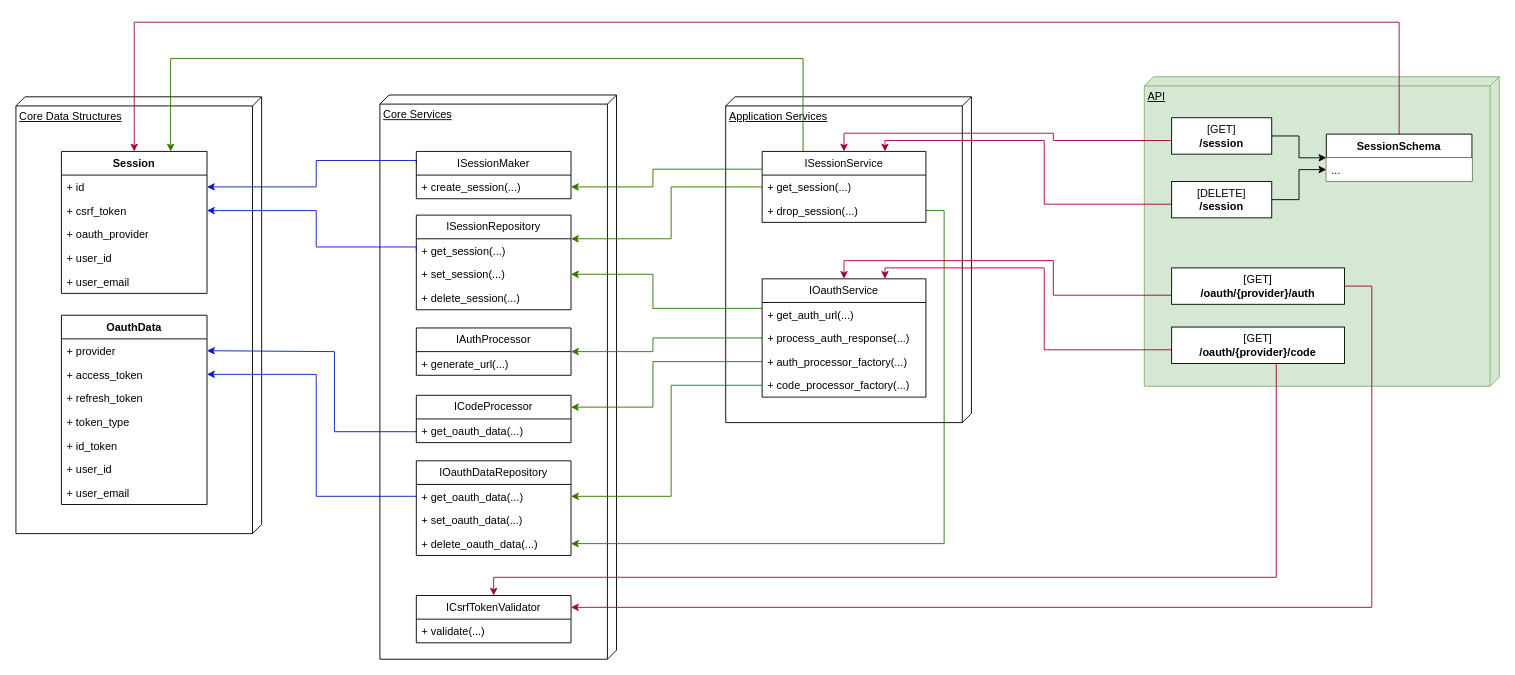
Earlier version of the draw.io diagram docs/candlestick-service-ui-bff.drawio (armsmaster/candlestick-service-ui). Source tidied: cells renumbered, new cells numbered last; positions are measured from the earlier drawing's top-left corner, leaving out a move shared by most shapes. Both pictures are drawn from the tidied source at 91%, with x=0, y=0 at pixel (15, 22).
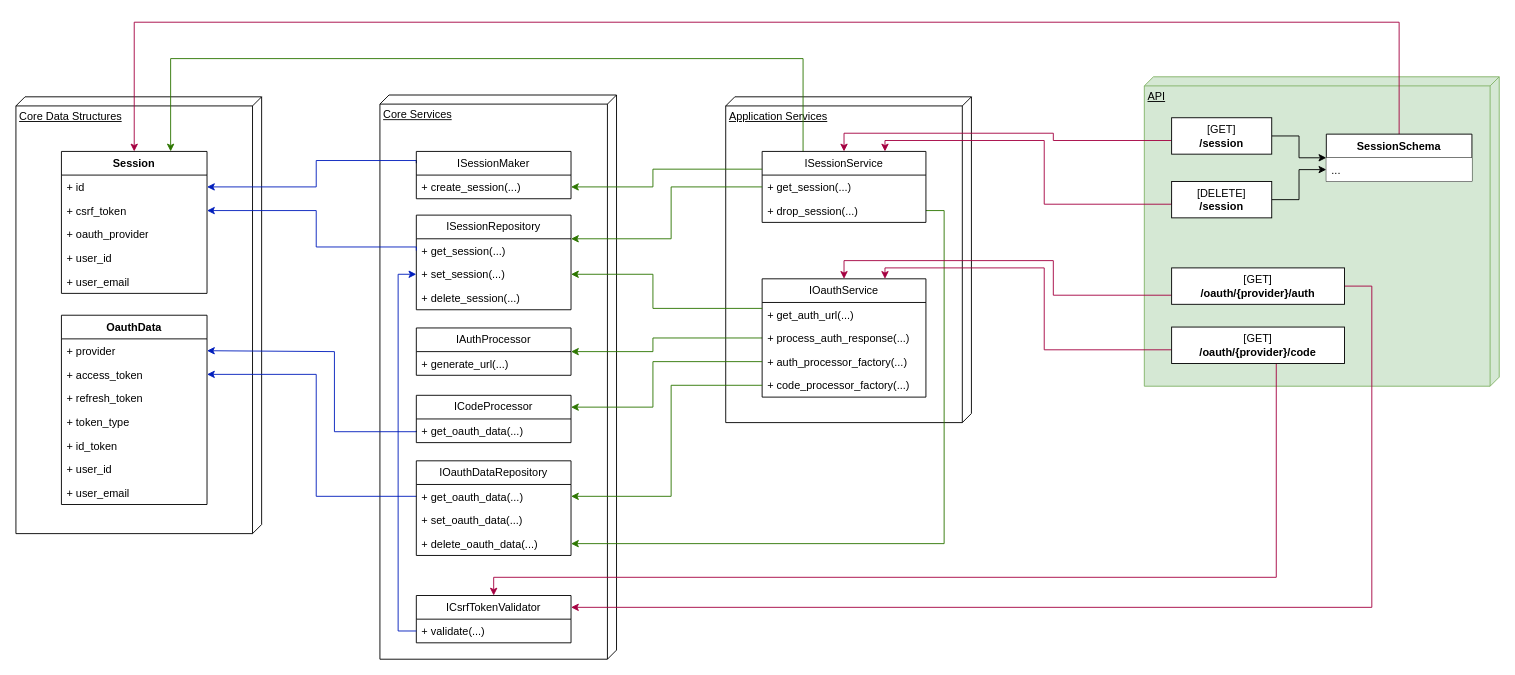
The same page after the edit.

Commit message (it also covers changes not shown here):
fix csrf token validator interface

Unchanged cells that the change refers to:
```xml
<mxCell id="26" value="+ validate(...)" style="text;strokeColor=none;fillColor=none;align=left;verticalAlign=top;spacingLeft=4;spacingRight=4;overflow=hidden;points=[[0,0.5],[1,0.5]];portConstraint=eastwest;whiteSpace=wrap;html=1;" parent="25" vertex="1">
  <mxGeometry y="26" width="170" height="26" as="geometry" />
</mxCell>
<mxCell id="29" value="+ set_session(...)" style="text;strokeColor=none;fillColor=none;align=left;verticalAlign=top;spacingLeft=4;spacingRight=4;overflow=hidden;points=[[0,0.5],[1,0.5]];portConstraint=eastwest;whiteSpace=wrap;html=1;" parent="27" vertex="1">
  <mxGeometry y="52" width="170" height="26" as="geometry" />
</mxCell>
```

What changed in the source:
```diff
@@
+    <mxCell id="71" style="edgeStyle=orthogonalEdgeStyle;rounded=0;jettySize=auto;html=1;entryX=0;entryY=0.5;entryDx=0;entryDy=0;fillColor=#0050ef;strokeColor=#001DBC;" parent="1" edge="1" source="26" target="29">
+      <mxGeometry relative="1" as="geometry" />
+    </mxCell>
```
